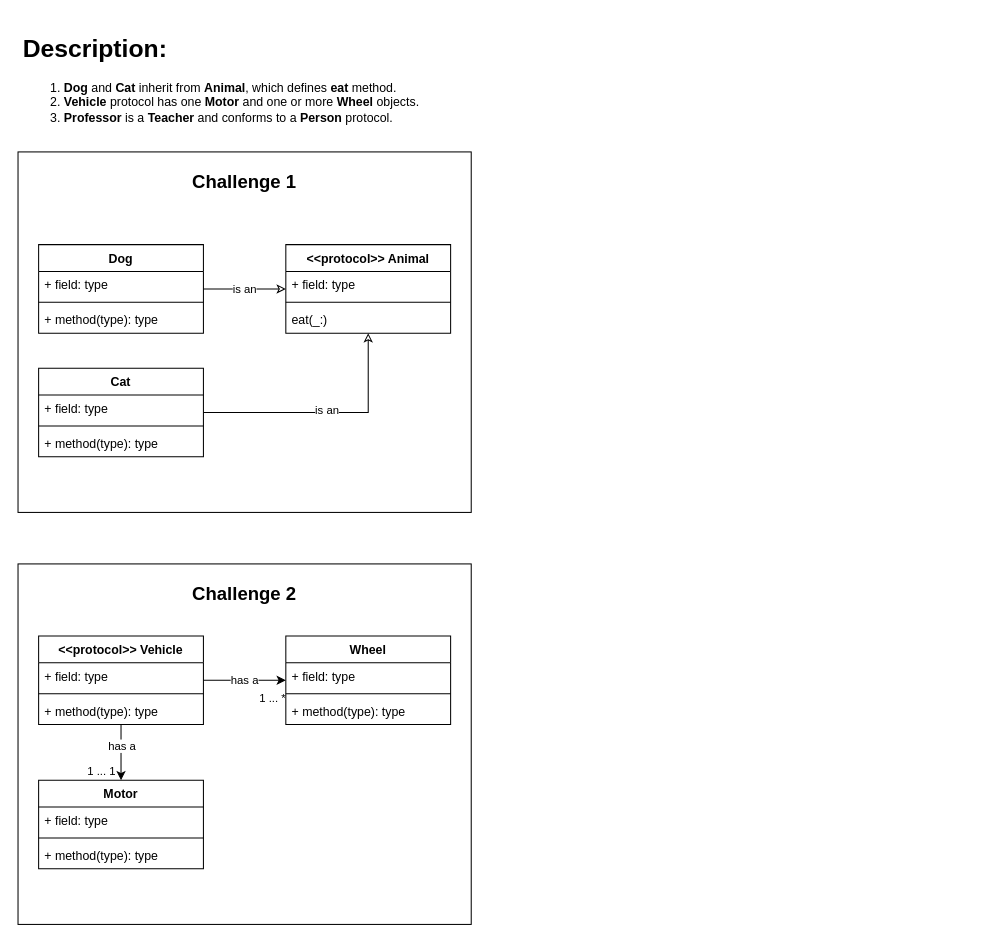
This is page "Challenge" (2 of 2) of Class Diagram.drawio from tla-trebla/Class-Diagram, a draw.io file, before an edit. Source tidied: cells renumbered, new cells numbered last; positions are measured from the earlier drawing's top-left corner, leaving out a move shared by most shapes. Both pictures are drawn from the tidied source at 103%, with x=0, y=0 at pixel (18, 28).
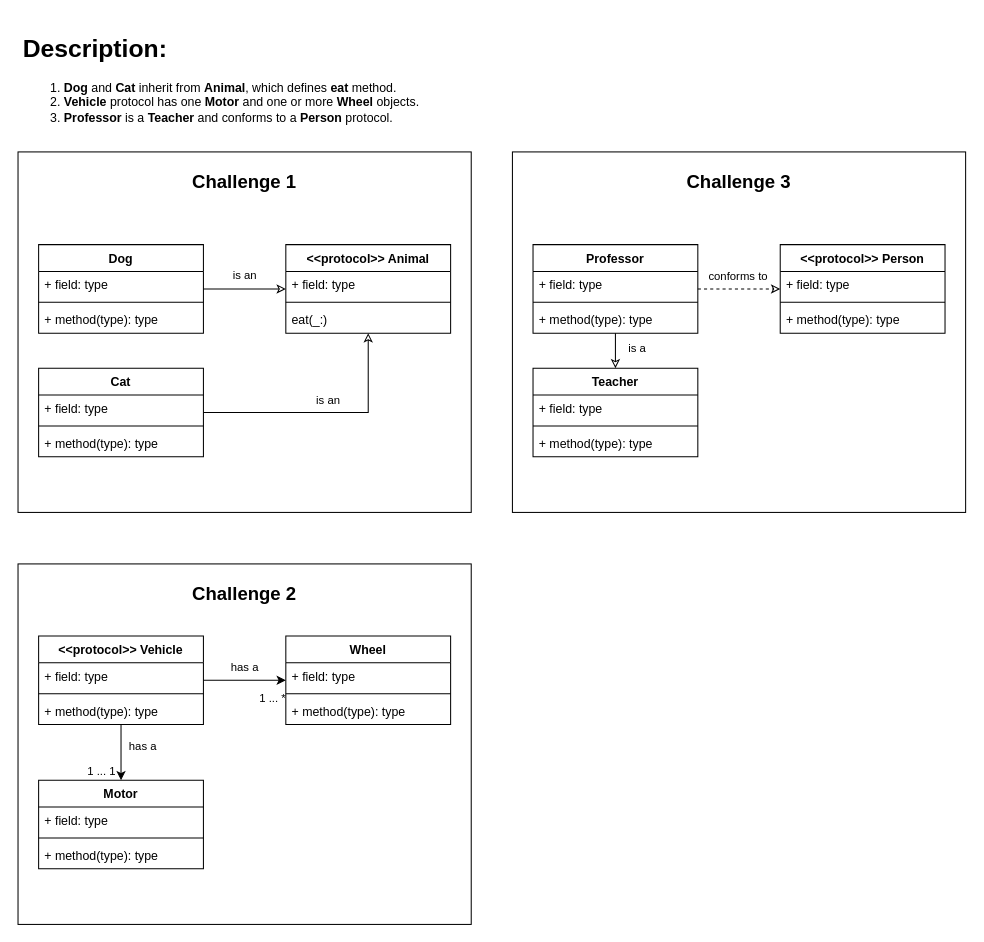
After the change.

Commit message:
Finished Challenge 3.

Created two class diagrams named "Professor" and "Teacher", and a protocol class diagram named "Person".

"Professor" inherits "Teacher" class diagram, and implements "Person" protocol class diagram.

Unchanged cells that the change refers to:
```xml
<mxCell id="5" value="Dog" style="swimlane;fontStyle=1;align=center;verticalAlign=top;horizontal=1;startSize=26;" parent="1" vertex="1">
  <mxGeometry x="20" y="210" width="160" height="86" as="geometry" />
</mxCell>
<mxCell id="9" style="edgeStyle=orthogonalEdgeStyle;rounded=0;jettySize=auto;html=1;endArrow=classic;endFill=0;" parent="1" edge="1" source="11" target="15">
  <mxGeometry relative="1" as="geometry" />
</mxCell>
<mxCell id="15" value="&lt;&lt;protocol&gt;&gt; Animal" style="swimlane;fontStyle=1;align=center;verticalAlign=top;horizontal=1;startSize=26;" parent="1" vertex="1">
  <mxGeometry x="260" y="210" width="160" height="86" as="geometry" />
</mxCell>
<mxCell id="22" style="edgeStyle=orthogonalEdgeStyle;rounded=0;jettySize=auto;html=1;endArrow=classic;endFill=1;" parent="1" edge="1" source="27" target="31">
  <mxGeometry relative="1" as="geometry" />
</mxCell>
<mxCell id="27" value="&lt;&lt;protocol&gt;&gt; Vehicle" style="swimlane;fontStyle=1;align=center;verticalAlign=top;horizontal=1;startSize=26;" parent="1" vertex="1">
  <mxGeometry x="20" y="590" width="160" height="86" as="geometry" />
</mxCell>
<mxCell id="35" value="Wheel" style="swimlane;fontStyle=1;align=center;verticalAlign=top;horizontal=1;startSize=26;" parent="1" vertex="1">
  <mxGeometry x="260" y="590" width="160" height="86" as="geometry" />
</mxCell>
```

The edit, as a diff of the source:
```diff
@@
     <mxCell id="4" value="is an" style="edgeStyle=orthogonalEdgeStyle;rounded=0;jettySize=auto;html=1;endArrow=classic;endFill=0;" parent="1" edge="1" source="5" target="15">
-      <mxGeometry relative="1" as="geometry" />
+      <mxGeometry y="13" relative="1" as="geometry" />
     </mxCell>
@@
     <mxCell id="10" value="is an" style="edgeLabel;html=1;align=center;verticalAlign=middle;" parent="9" vertex="1">
-      <mxGeometry y="3" relative="1" as="geometry" />
+      <mxGeometry y="3" relative="1" as="geometry">
+        <mxPoint x="1" y="-10" as="offset" />
+      </mxGeometry>
     </mxCell>
@@
     <mxCell id="23" value="has a" style="edgeLabel;html=1;align=center;verticalAlign=middle;" parent="22" vertex="1">
-      <mxGeometry x="-0.26" relative="1" as="geometry" />
+      <mxGeometry x="-0.26" relative="1" as="geometry">
+        <mxPoint x="20" as="offset" />
+      </mxGeometry>
     </mxCell>
@@
     <mxCell id="25" value="has a" style="edgeStyle=orthogonalEdgeStyle;rounded=0;jettySize=auto;html=1;endArrow=classic;endFill=1;" parent="1" edge="1" source="27" target="35">
-      <mxGeometry relative="1" as="geometry" />
+      <mxGeometry y="13" relative="1" as="geometry" />
     </mxCell>
@@
+    <mxCell id="39" style="rounded=0;whiteSpace=wrap;html=1;" parent="1" vertex="1">
+      <mxGeometry x="480" y="120" width="440" height="350" as="geometry" />
+    </mxCell>
+    <mxCell id="40" value="&lt;h2&gt;Challenge 3&lt;/h2&gt;" style="text;html=1;strokeColor=none;fillColor=none;align=center;verticalAlign=middle;whiteSpace=wrap;rounded=0;" parent="1" vertex="1">
+      <mxGeometry x="620" y="140" width="160" height="20" as="geometry" />
+    </mxCell>
+    <mxCell id="41" style="edgeStyle=orthogonalEdgeStyle;rounded=0;jettySize=auto;html=1;endArrow=classic;endFill=0;" parent="1" edge="1" source="45" target="49">
+      <mxGeometry relative="1" as="geometry" />
+    </mxCell>
+    <mxCell id="42" value="is a" style="edgeLabel;html=1;align=center;verticalAlign=middle;" parent="41" vertex="1">
+      <mxGeometry x="-0.48" relative="1" as="geometry">
+        <mxPoint x="20" y="2" as="offset" />
+      </mxGeometry>
+    </mxCell>
+    <mxCell id="43" style="edgeStyle=orthogonalEdgeStyle;rounded=0;jettySize=auto;html=1;endArrow=classic;endFill=0;dashed=1;" parent="1" edge="1" source="45" target="53">
+      <mxGeometry relative="1" as="geometry" />
+    </mxCell>
+    <mxCell id="44" value="conforms to" style="edgeLabel;html=1;align=center;verticalAlign=middle;" parent="43" vertex="1">
+      <mxGeometry x="-0.06" y="-1" relative="1" as="geometry">
+        <mxPoint y="-14" as="offset" />
+      </mxGeometry>
+    </mxCell>
+    <mxCell id="45" value="Professor" style="swimlane;fontStyle=1;align=center;verticalAlign=top;horizontal=1;startSize=26;" parent="1" vertex="1">
+      <mxGeometry x="500" y="210" width="160" height="86" as="geometry" />
+    </mxCell>
+    <mxCell id="46" value="+ field: type" style="text;strokeColor=none;fillColor=none;align=left;verticalAlign=top;spacingLeft=4;spacingRight=4;overflow=hidden;" parent="45" vertex="1">
+      <mxGeometry y="26" width="160" height="26" as="geometry" />
+    </mxCell>
+    <mxCell id="47" style="line;strokeWidth=1;fillColor=none;align=left;verticalAlign=middle;spacingTop=-1;spacingLeft=3;spacingRight=3;labelPosition=right;" parent="45" vertex="1">
+      <mxGeometry y="52" width="160" height="8" as="geometry" />
+    </mxCell>
+    <mxCell id="48" value="+ method(type): type" style="text;strokeColor=none;fillColor=none;align=left;verticalAlign=top;spacingLeft=4;spacingRight=4;overflow=hidden;" parent="45" vertex="1">
+      <mxGeometry y="60" width="160" height="26" as="geometry" />
+    </mxCell>
+    <mxCell id="49" value="Teacher" style="swimlane;fontStyle=1;align=center;verticalAlign=top;horizontal=1;startSize=26;" parent="1" vertex="1">
+      <mxGeometry x="500" y="330" width="160" height="86" as="geometry" />
+    </mxCell>
+    <mxCell id="50" value="+ field: type" style="text;strokeColor=none;fillColor=none;align=left;verticalAlign=top;spacingLeft=4;spacingRight=4;overflow=hidden;" parent="49" vertex="1">
+      <mxGeometry y="26" width="160" height="26" as="geometry" />
+    </mxCell>
+    <mxCell id="51" style="line;strokeWidth=1;fillColor=none;align=left;verticalAlign=middle;spacingTop=-1;spacingLeft=3;spacingRight=3;labelPosition=right;" parent="49" vertex="1">
+      <mxGeometry y="52" width="160" height="8" as="geometry" />
+    </mxCell>
+    <mxCell id="52" value="+ method(type): type" style="text;strokeColor=none;fillColor=none;align=left;verticalAlign=top;spacingLeft=4;spacingRight=4;overflow=hidden;" parent="49" vertex="1">
+      <mxGeometry y="60" width="160" height="26" as="geometry" />
+    </mxCell>
+    <mxCell id="53" value="&lt;&lt;protocol&gt;&gt; Person" style="swimlane;fontStyle=1;align=center;verticalAlign=top;horizontal=1;startSize=26;" parent="1" vertex="1">
+      <mxGeometry x="740" y="210" width="160" height="86" as="geometry" />
+    </mxCell>
+    <mxCell id="54" value="+ field: type" style="text;strokeColor=none;fillColor=none;align=left;verticalAlign=top;spacingLeft=4;spacingRight=4;overflow=hidden;" parent="53" vertex="1">
+      <mxGeometry y="26" width="160" height="26" as="geometry" />
+    </mxCell>
+    <mxCell id="55" style="line;strokeWidth=1;fillColor=none;align=left;verticalAlign=middle;spacingTop=-1;spacingLeft=3;spacingRight=3;labelPosition=right;" parent="53" vertex="1">
+      <mxGeometry y="52" width="160" height="8" as="geometry" />
+    </mxCell>
+    <mxCell id="56" value="+ method(type): type" style="text;strokeColor=none;fillColor=none;align=left;verticalAlign=top;spacingLeft=4;spacingRight=4;overflow=hidden;" parent="53" vertex="1">
+      <mxGeometry y="60" width="160" height="26" as="geometry" />
+    </mxCell>
```
